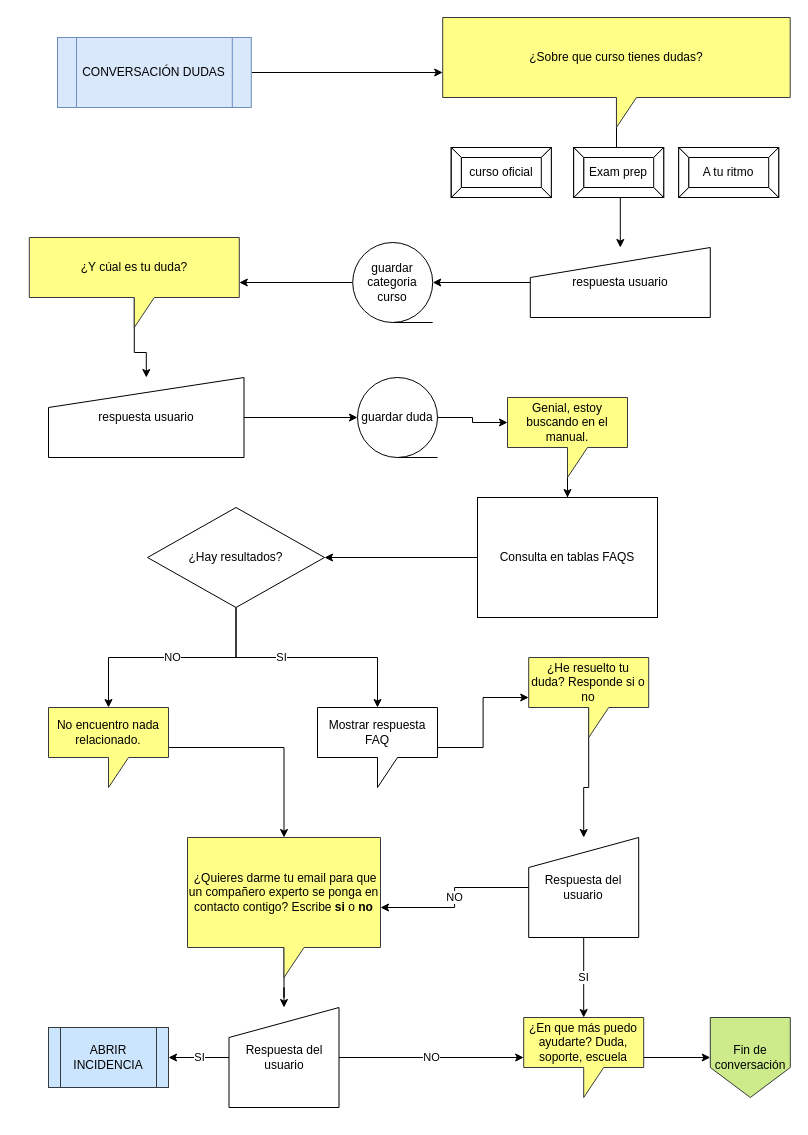
Earlier version of the draw.io diagram page "Página-2" (2 of 2) of chatbotTE.drawio (carlosromero/chatbotworkflowte). Source tidied: cells renumbered, new cells numbered last; positions are measured from the earlier drawing's top-left corner, leaving out a move shared by most shapes. Both pictures are drawn from the tidied source at 100%, with x=0, y=0 at pixel (29, 17).
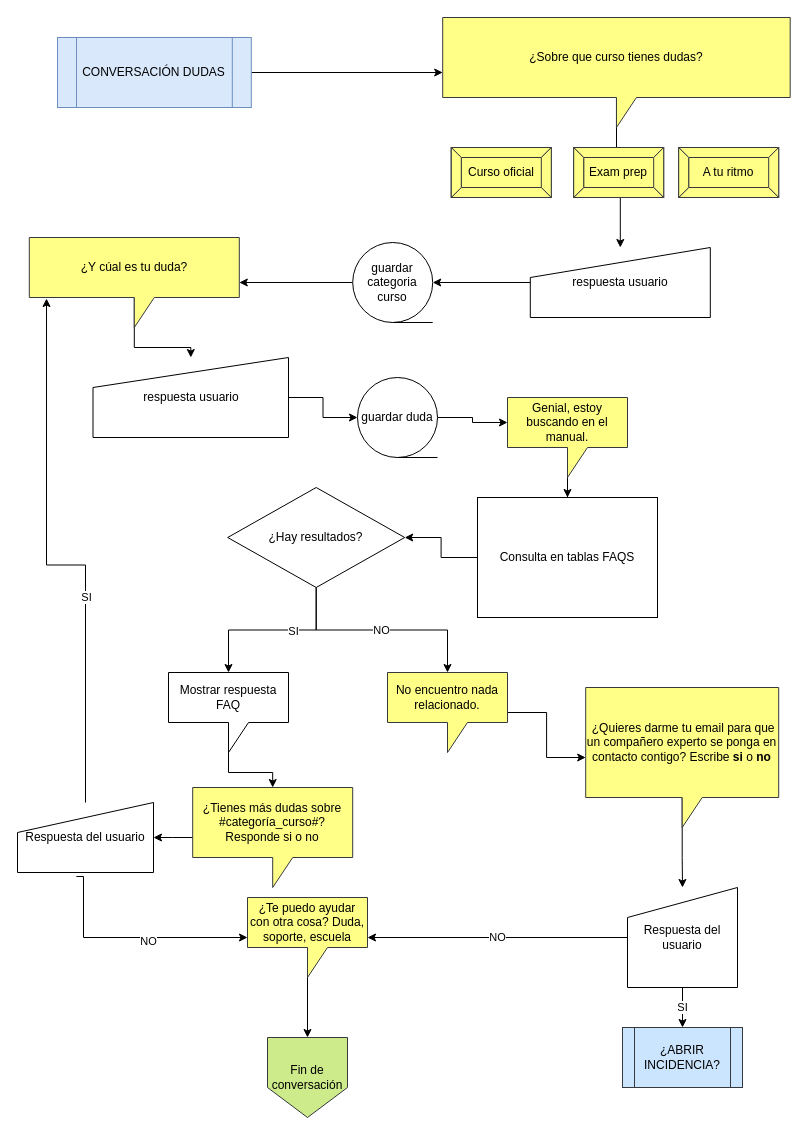
The same page after the edit.

The change refers to these unchanged cells:
```xml
<mxCell id="10" value="&lt;div&gt;&lt;p&gt;¿Y cúal es tu duda?&lt;/p&gt;&lt;/div&gt;" style="shape=callout;whiteSpace=wrap;html=1;perimeter=calloutPerimeter;fillColor=#ffff88;strokeColor=#36393d;" parent="1" vertex="1">
  <mxGeometry x="-0.2" y="220" width="210" height="90" as="geometry" />
</mxCell>
```

What changed in the source:
```diff
@@
-    <mxCell id="4" value="curso oficial" style="labelPosition=center;verticalLabelPosition=middle;align=center;html=1;shape=mxgraph.basic.button;dx=10;whiteSpace=wrap;" parent="1" vertex="1">
+    <mxCell id="4" value="Curso oficial" style="labelPosition=center;verticalLabelPosition=middle;align=center;html=1;shape=mxgraph.basic.button;dx=10;whiteSpace=wrap;fillColor=#ffff88;strokeColor=#36393d;" parent="1" vertex="1">
       <mxGeometry x="421.8" y="130" width="100" height="50" as="geometry" />
     </mxCell>
-    <mxCell id="5" value="A tu ritmo" style="labelPosition=center;verticalLabelPosition=middle;align=center;html=1;shape=mxgraph.basic.button;dx=10;whiteSpace=wrap;" parent="1" vertex="1">
+    <mxCell id="5" value="A tu ritmo" style="labelPosition=center;verticalLabelPosition=middle;align=center;html=1;shape=mxgraph.basic.button;dx=10;whiteSpace=wrap;fillColor=#ffff88;strokeColor=#36393d;" parent="1" vertex="1">
       <mxGeometry x="649.2" y="130" width="100" height="50" as="geometry" />
     </mxCell>
-    <mxCell id="6" value="Exam prep" style="labelPosition=center;verticalLabelPosition=middle;align=center;html=1;shape=mxgraph.basic.button;dx=10;whiteSpace=wrap;" parent="1" vertex="1">
+    <mxCell id="6" value="Exam prep" style="labelPosition=center;verticalLabelPosition=middle;align=center;html=1;shape=mxgraph.basic.button;dx=10;whiteSpace=wrap;fillColor=#ffff88;strokeColor=#36393d;" parent="1" vertex="1">
       <mxGeometry x="544.2" y="130" width="90" height="50" as="geometry" />
     </mxCell>
@@
     <mxCell id="14" value="respuesta usuario" style="shape=manualInput;whiteSpace=wrap;html=1;" parent="1" vertex="1">
-      <mxGeometry x="19" y="360" width="195.5" height="80" as="geometry" />
+      <mxGeometry x="63.5" y="340" width="195.5" height="80" as="geometry" />
     </mxCell>
@@
     <mxCell id="22" value="¿Hay resultados?" style="rhombus;whiteSpace=wrap;html=1;" parent="1" vertex="1">
-      <mxGeometry x="118" y="490" width="177" height="100" as="geometry" />
+      <mxGeometry x="198.2" y="470" width="177" height="100" as="geometry" />
     </mxCell>
@@
     <mxCell id="24" value="Mostrar respuesta FAQ" style="shape=callout;whiteSpace=wrap;html=1;perimeter=calloutPerimeter;" parent="1" vertex="1">
-      <mxGeometry x="288" y="690" width="120" height="80" as="geometry" />
+      <mxGeometry x="139" y="655" width="120" height="80" as="geometry" />
     </mxCell>
@@
-    <mxCell id="26" value="¿He resuelto tu duda? Responde si o no" style="shape=callout;whiteSpace=wrap;html=1;perimeter=calloutPerimeter;fillColor=#ffff88;strokeColor=#36393d;" parent="1" vertex="1">
-      <mxGeometry x="499.2" y="640" width="120" height="80" as="geometry" />
+    <mxCell id="26" value="¿Tienes más dudas sobre #categoría_curso#? Responde si o no" style="shape=callout;whiteSpace=wrap;html=1;perimeter=calloutPerimeter;fillColor=#ffff88;strokeColor=#36393d;" parent="1" vertex="1">
+      <mxGeometry x="163.2" y="770" width="160" height="100" as="geometry" />
     </mxCell>
+    <mxCell id="45" style="edgeStyle=orthogonalEdgeStyle;rounded=0;jettySize=auto;html=1;exitX=0.433;exitY=1.057;exitDx=0;exitDy=0;exitPerimeter=0;" parent="1" edge="1" source="29" target="40">
+      <mxGeometry relative="1" as="geometry">
+        <Array as="points">
+          <mxPoint x="54" y="920" />
+        </Array>
+      </mxGeometry>
+    </mxCell>
-    <mxCell id="27" value="NO" style="edgeStyle=orthogonalEdgeStyle;rounded=0;jettySize=auto;html=1;" parent="1" edge="1" source="29" target="33">
-      <mxGeometry relative="1" as="geometry" />
+    <mxCell id="27" value="NO" style="edgeLabel;html=1;align=center;verticalAlign=middle;" parent="45" vertex="1">
+      <mxGeometry x="0.15" y="-3" relative="1" as="geometry" />
     </mxCell>
-    <mxCell id="28" value="SI" style="edgeStyle=orthogonalEdgeStyle;rounded=0;jettySize=auto;html=1;" parent="1" edge="1" source="29" target="40">
-      <mxGeometry relative="1" as="geometry" />
-    </mxCell>
     <mxCell id="29" value="&lt;div&gt;Respuesta del usuario&lt;/div&gt;" style="shape=manualInput;whiteSpace=wrap;html=1;" parent="1" vertex="1">
-      <mxGeometry x="499.2" y="820" width="110" height="100" as="geometry" />
+      <mxGeometry x="-12" y="785" width="136" height="70" as="geometry" />
     </mxCell>
@@
     <mxCell id="31" value="No encuentro nada relacionado." style="shape=callout;whiteSpace=wrap;html=1;perimeter=calloutPerimeter;fillColor=#ffff88;strokeColor=#36393d;" parent="1" vertex="1">
-      <mxGeometry x="19" y="690" width="120" height="80" as="geometry" />
+      <mxGeometry x="358" y="655" width="120" height="80" as="geometry" />
     </mxCell>
@@
     <mxCell id="33" value="&lt;div&gt;&amp;nbsp;¿Quieres darme tu email para que un compañero experto se ponga en contacto contigo? Escribe &lt;b&gt;si&lt;/b&gt; o &lt;b&gt;no&lt;/b&gt;&lt;/div&gt;" style="shape=callout;whiteSpace=wrap;html=1;perimeter=calloutPerimeter;fillColor=#ffff88;strokeColor=#36393d;" parent="1" vertex="1">
-      <mxGeometry x="158" y="820" width="193" height="140" as="geometry" />
+      <mxGeometry x="556.2" y="670" width="193" height="140" as="geometry" />
     </mxCell>
@@
-    <mxCell id="38" value="ABRIR INCIDENCIA" style="shape=process;whiteSpace=wrap;html=1;backgroundOutline=1;fillColor=#cce5ff;strokeColor=#36393d;" parent="1" vertex="1">
-      <mxGeometry x="19" y="1010" width="120" height="60" as="geometry" />
+    <mxCell id="38" value="¿ABRIR INCIDENCIA?" style="shape=process;whiteSpace=wrap;html=1;backgroundOutline=1;fillColor=#cce5ff;strokeColor=#36393d;" parent="1" vertex="1">
+      <mxGeometry x="593" y="1010" width="120" height="60" as="geometry" />
     </mxCell>
@@
-    <mxCell id="40" value="¿En que más puedo ayudarte? Duda, soporte, escuela" style="shape=callout;whiteSpace=wrap;html=1;perimeter=calloutPerimeter;fillColor=#ffff88;strokeColor=#36393d;" parent="1" vertex="1">
-      <mxGeometry x="494.2" y="1000" width="120" height="80" as="geometry" />
+    <mxCell id="40" value="¿Te puedo ayudar con otra cosa? Duda, soporte, escuela" style="shape=callout;whiteSpace=wrap;html=1;perimeter=calloutPerimeter;fillColor=#ffff88;strokeColor=#36393d;" parent="1" vertex="1">
+      <mxGeometry x="218" y="880" width="120" height="80" as="geometry" />
     </mxCell>
     <mxCell id="41" value="Fin de conversación " style="shape=offPageConnector;whiteSpace=wrap;html=1;fillColor=#cdeb8b;strokeColor=#36393d;" parent="1" vertex="1">
-      <mxGeometry x="680.8" y="1000" width="80" height="80" as="geometry" />
+      <mxGeometry x="238" y="1020" width="80" height="80" as="geometry" />
     </mxCell>
@@
     <mxCell id="44" value="&lt;div&gt;Respuesta del usuario&lt;/div&gt;" style="shape=manualInput;whiteSpace=wrap;html=1;" parent="1" vertex="1">
-      <mxGeometry x="199.5" y="990" width="110" height="100" as="geometry" />
+      <mxGeometry x="598" y="870" width="110" height="100" as="geometry" />
     </mxCell>
+    <mxCell id="46" style="edgeStyle=orthogonalEdgeStyle;rounded=0;jettySize=auto;html=1;entryX=0.082;entryY=0.678;entryDx=0;entryDy=0;entryPerimeter=0;" parent="1" edge="1" source="29" target="10">
+      <mxGeometry relative="1" as="geometry" />
+    </mxCell>
+    <mxCell id="28" value="SI" style="edgeLabel;html=1;align=center;verticalAlign=middle;" parent="46" vertex="1">
+      <mxGeometry x="-0.24" relative="1" as="geometry" />
+    </mxCell>
```
